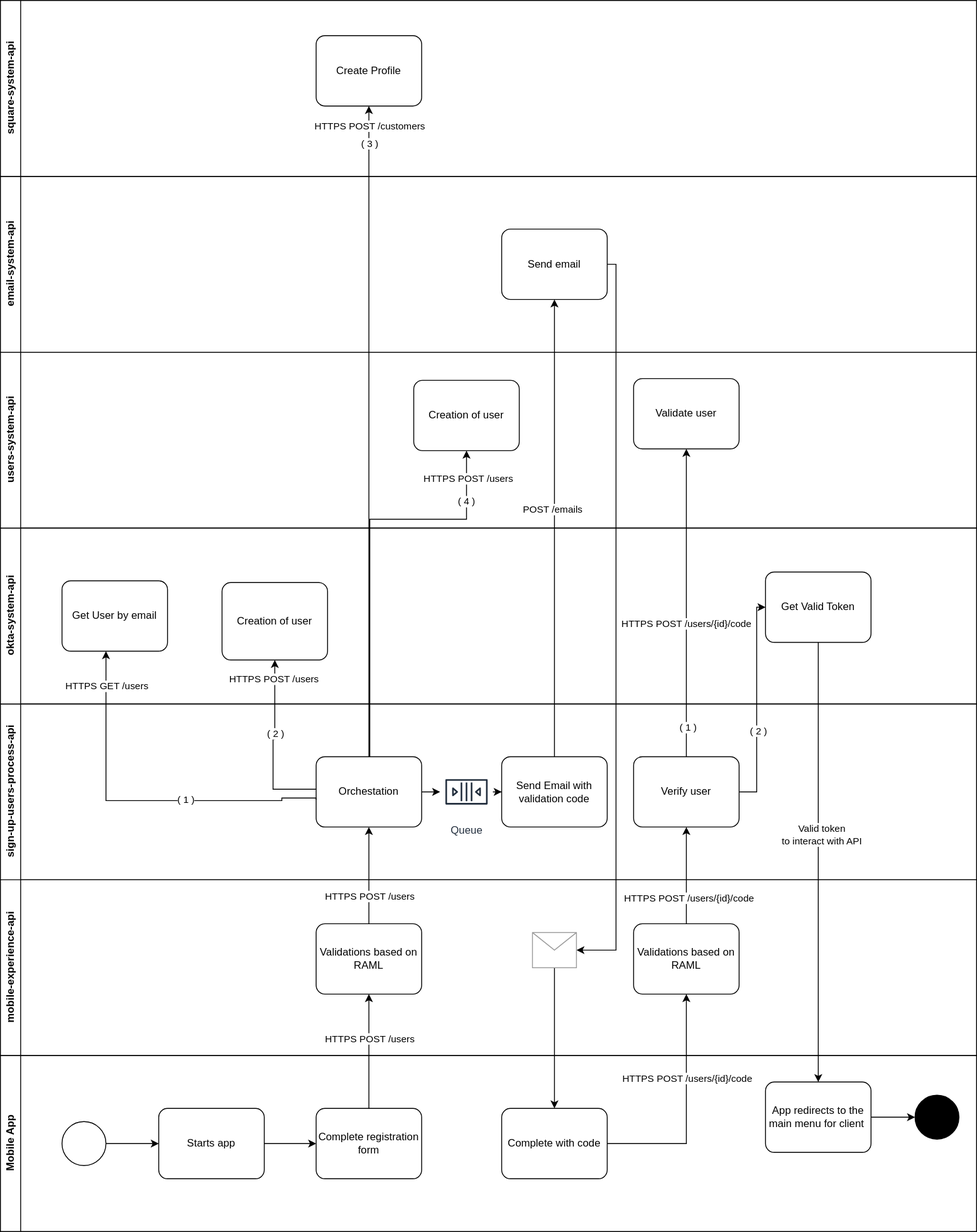
The draw.io diagram architecture/diagrams/use-cases/sign-up-user-use-case.drawio.svg in RideXpress/docs, before a commit. Source tidied: cells renumbered, new cells last; positions are measured from the earlier drawing's top-left corner, leaving out a move shared by most shapes.
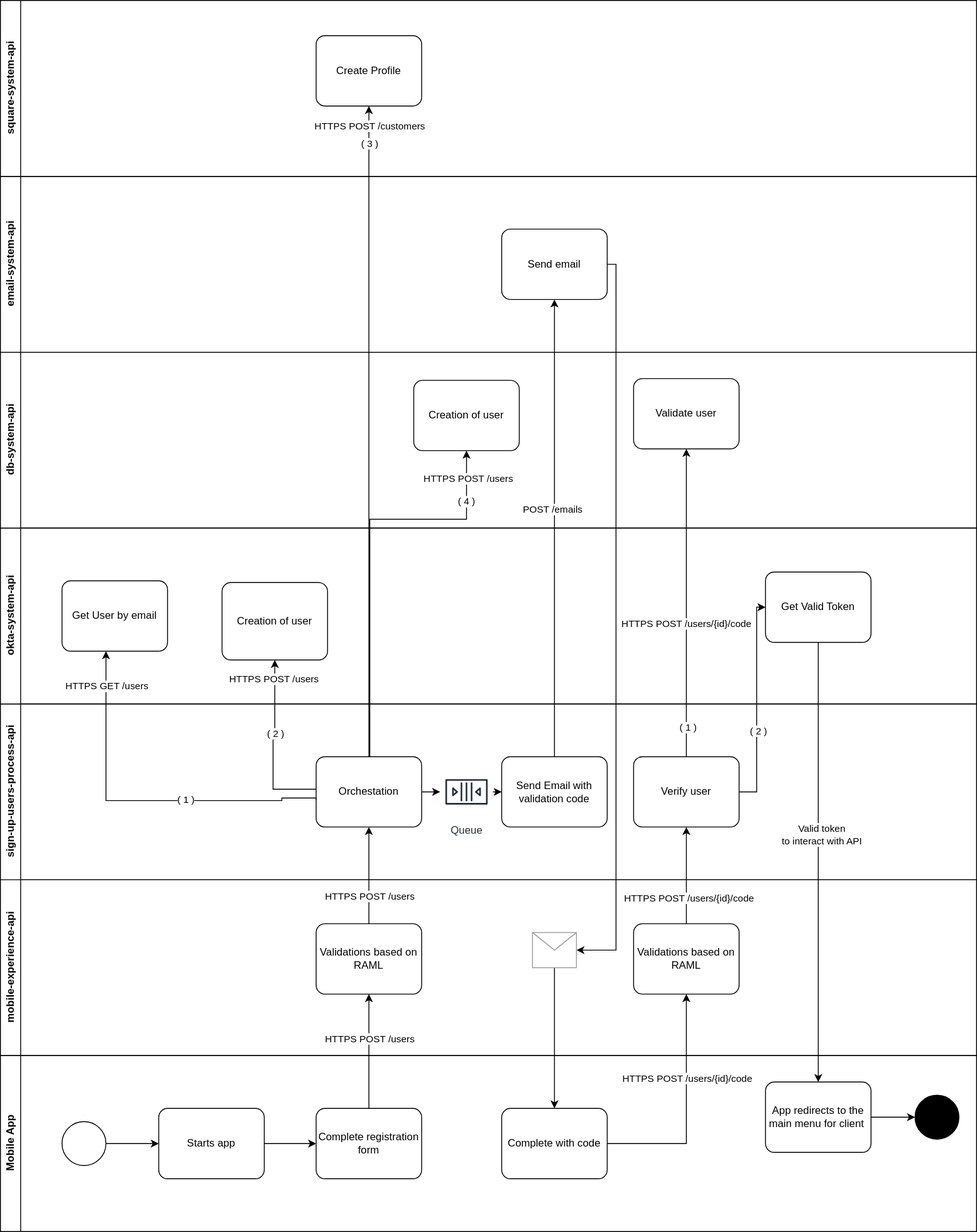
After the change.

What changed in the source:
```diff
@@ -177,7 +177,7 @@
     <mxCell id="47" value="( 1 )" style="edgeLabel;html=1;align=center;verticalAlign=middle;" parent="45" vertex="1">
       <mxGeometry x="-0.81" y="-1" relative="1" as="geometry" />
     </mxCell>
-    <mxCell id="48" value="users-system-api" style="swimlane;horizontal=0;whiteSpace=wrap;html=1;" parent="1" vertex="1">
+    <mxCell id="48" value="db-system-api" style="swimlane;horizontal=0;whiteSpace=wrap;html=1;" parent="1" vertex="1">
       <mxGeometry y="400" width="1110" height="200" as="geometry" />
     </mxCell>
     <mxCell id="49" value="Creation of user" style="points=[[0.25,0,0],[0.5,0,0],[0.75,0,0],[1,0.25,0],[1,0.5,0],[1,0.75,0],[0.75,1,0],[0.5,1,0],[0.25,1,0],[0,0.75,0],[0,0.5,0],[0,0.25,0]];shape=mxgraph.bpmn.task;whiteSpace=wrap;rectStyle=rounded;size=10;html=1;taskMarker=abstract;" parent="48" vertex="1">
```
